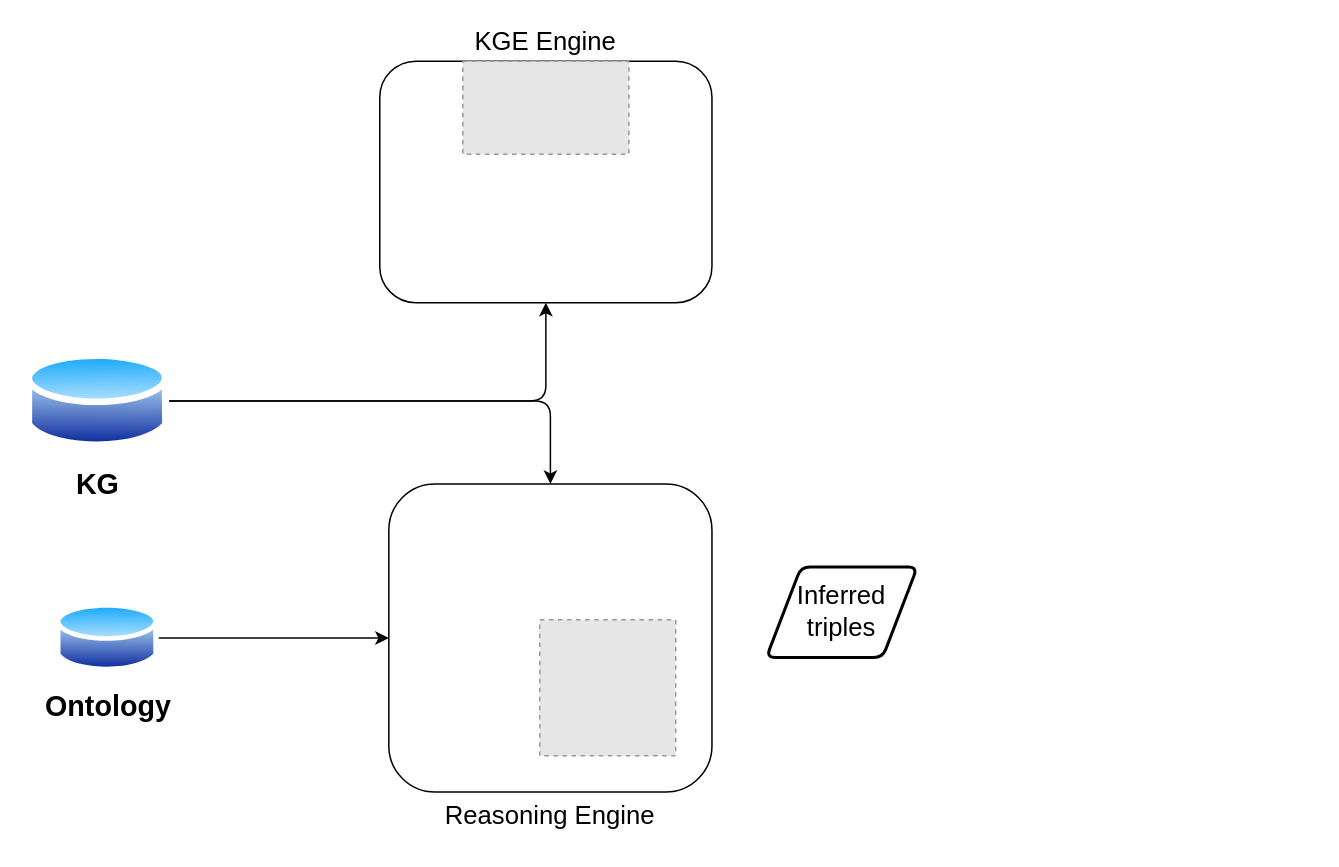
The draw.io diagram page "Page-4" (4 of 4) of Untitled Diagram.drawio in smejkka3/kge-w-rule-based-reasoning, before the edit. Source tidied: cells renumbered, new cells numbered last; positions are measured from the earlier drawing's top-left corner, leaving out a move shared by most shapes. Both pictures are drawn from the tidied source at 151%, with x=0, y=0 at pixel (26, 60). Pictures stored in the file or linked from it are replaced by grey dashed boxes.
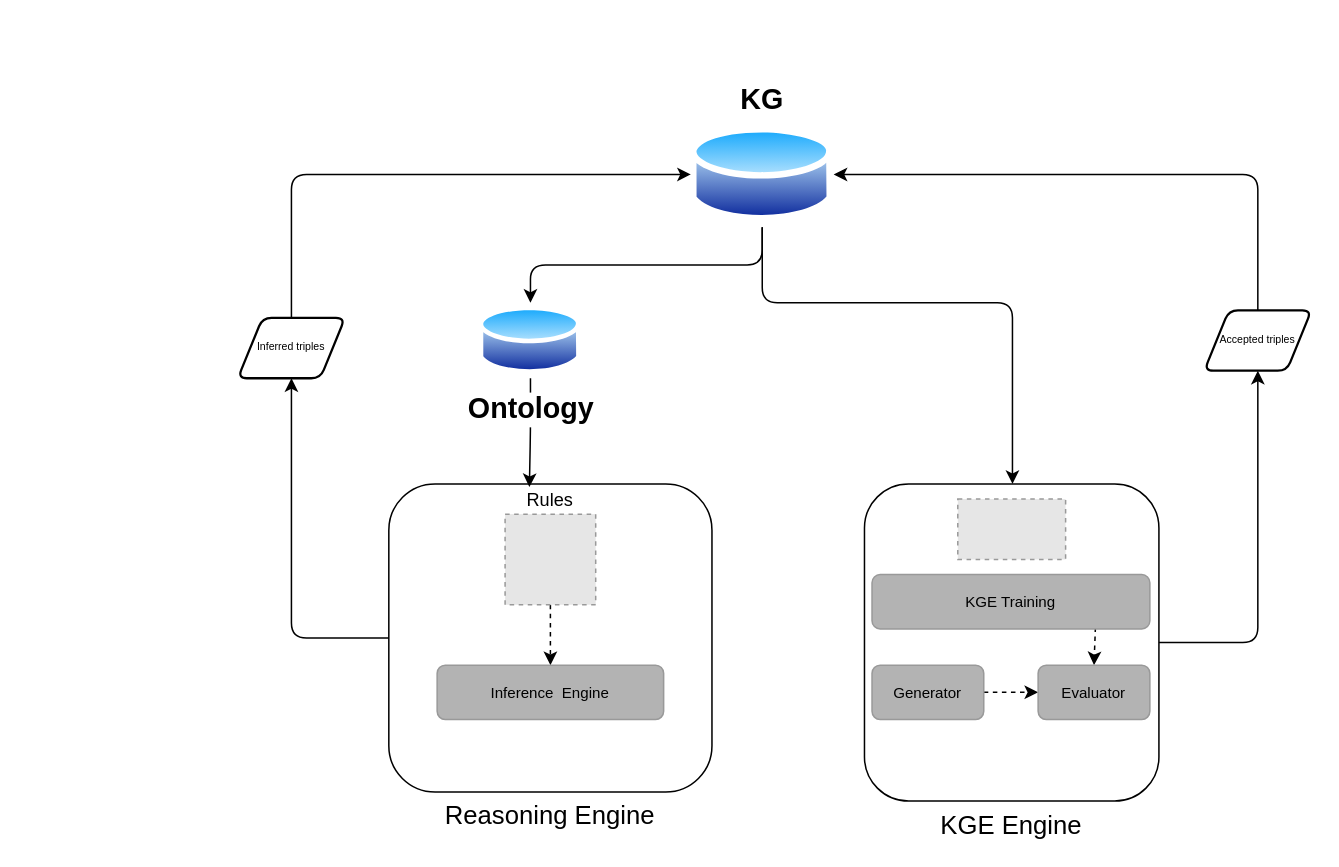
Above is the later version.

The change refers to these unchanged cells:
```xml
<mxCell id="8" value="Reasoning Engine" style="rounded=1;whiteSpace=wrap;html=1;fontSize=17;fillColor=none;labelPosition=center;verticalLabelPosition=bottom;align=center;verticalAlign=top;" parent="1" vertex="1">
  <mxGeometry x="240" y="280" width="214" height="204" as="geometry" />
</mxCell>
```

Change to the diagram source:
```diff
@@
+    <mxCell id="12" style="edgeStyle=orthogonalEdgeStyle;rounded=1;jettySize=auto;html=1;exitX=1;exitY=0.5;exitDx=0;exitDy=0;entryX=0.5;entryY=1;entryDx=0;entryDy=0;fontSize=7;" parent="1" edge="1" source="2" target="24">
+      <mxGeometry relative="1" as="geometry" />
+    </mxCell>
-    <mxCell id="2" value="KGE Engine" style="rounded=1;whiteSpace=wrap;html=1;fillColor=none;fontSize=17;labelPosition=center;verticalLabelPosition=top;align=center;verticalAlign=bottom;" parent="1" vertex="1">
-      <mxGeometry x="234" width="220" height="160" as="geometry" />
+    <mxCell id="2" value="KGE Engine" style="rounded=1;whiteSpace=wrap;html=1;fillColor=none;fontSize=17;labelPosition=center;verticalLabelPosition=bottom;align=center;verticalAlign=top;" parent="1" vertex="1">
+      <mxGeometry x="555" y="280" width="195" height="210" as="geometry" />
     </mxCell>
+    <mxCell id="13" style="edgeStyle=orthogonalEdgeStyle;rounded=1;jettySize=auto;html=1;exitX=0.5;exitY=1;exitDx=0;exitDy=0;fontSize=7;" parent="1" edge="1" source="5" target="7">
+      <mxGeometry relative="1" as="geometry" />
+    </mxCell>
-    <mxCell id="3" style="edgeStyle=orthogonalEdgeStyle;jettySize=auto;html=1;exitX=1;exitY=0.5;exitDx=0;exitDy=0;rounded=1;entryX=0.5;entryY=1;entryDx=0;entryDy=0;" parent="1" edge="1" source="5" target="2">
+    <mxCell id="3" style="edgeStyle=orthogonalEdgeStyle;rounded=1;jettySize=auto;html=1;exitX=0.5;exitY=1;exitDx=0;exitDy=0;fontSize=7;" parent="1" edge="1" source="5" target="2">
       <mxGeometry relative="1" as="geometry">
         <Array as="points">
-          <mxPoint x="344" y="225" />
+          <mxPoint x="487" y="160" />
+          <mxPoint x="653" y="160" />
         </Array>
       </mxGeometry>
     </mxCell>
-    <mxCell id="4" style="edgeStyle=orthogonalEdgeStyle;jettySize=auto;html=1;exitX=1;exitY=0.5;exitDx=0;exitDy=0;entryX=0.5;entryY=0;entryDx=0;entryDy=0;fontSize=17;rounded=1;" parent="1" edge="1" source="5" target="8">
-      <mxGeometry relative="1" as="geometry" />
-    </mxCell>
-    <mxCell id="5" value="KG" style="perimeter=ellipsePerimeter;html=1;align=center;shadow=0;dashed=0;spacingTop=3;image;image=img/lib/active_directory/database.svg;fillColor=none;fontSize=19;fontStyle=1;" parent="1" vertex="1">
-      <mxGeometry y="190" width="94.6" height="70" as="geometry" />
+    <mxCell id="5" value="KG" style="perimeter=ellipsePerimeter;html=1;align=center;shadow=0;dashed=0;spacingTop=3;image;image=img/lib/active_directory/database.svg;fillColor=none;fontSize=19;fontStyle=1;labelPosition=center;verticalLabelPosition=top;verticalAlign=bottom;" parent="1" vertex="1">
+      <mxGeometry x="440" y="40" width="94.6" height="70" as="geometry" />
     </mxCell>
-    <mxCell id="6" style="edgeStyle=orthogonalEdgeStyle;rounded=1;jettySize=auto;html=1;exitX=1;exitY=0.5;exitDx=0;exitDy=0;fontSize=17;" parent="1" edge="1" source="7" target="8">
+    <mxCell id="6" style="edgeStyle=orthogonalEdgeStyle;rounded=1;jettySize=auto;html=1;exitX=0.5;exitY=1;exitDx=0;exitDy=0;entryX=0.435;entryY=0.01;entryDx=0;entryDy=0;entryPerimeter=0;fontSize=7;" parent="1" edge="1" source="7" target="8">
       <mxGeometry relative="1" as="geometry" />
     </mxCell>
     <mxCell id="7" value="Ontology" style="perimeter=ellipsePerimeter;html=1;align=center;shadow=0;dashed=0;spacingTop=3;image;image=img/lib/active_directory/database.svg;fontSize=19;fillColor=none;fontStyle=1;" parent="1" vertex="1">
-      <mxGeometry x="20" y="357" width="67.6" height="50" as="geometry" />
+      <mxGeometry x="300" y="160" width="67.6" height="50" as="geometry" />
     </mxCell>
+    <mxCell id="14" style="edgeStyle=orthogonalEdgeStyle;rounded=1;jettySize=auto;html=1;exitX=0;exitY=0.5;exitDx=0;exitDy=0;fontSize=7;" parent="1" edge="1" source="8" target="9">
+      <mxGeometry relative="1" as="geometry" />
+    </mxCell>
@@
+    <mxCell id="15" style="edgeStyle=orthogonalEdgeStyle;rounded=1;jettySize=auto;html=1;exitX=0.5;exitY=0;exitDx=0;exitDy=0;entryX=0;entryY=0.5;entryDx=0;entryDy=0;fontSize=7;" parent="1" edge="1" source="9" target="5">
+      <mxGeometry relative="1" as="geometry" />
+    </mxCell>
-    <mxCell id="9" value="Inferred triples" style="shape=parallelogram;html=1;strokeWidth=2;perimeter=parallelogramPerimeter;whiteSpace=wrap;rounded=1;arcSize=12;size=0.23;fontSize=17;" parent="1" vertex="1">
-      <mxGeometry x="490" y="335" width="100" height="60" as="geometry" />
+    <mxCell id="9" value="Inferred triples" style="shape=parallelogram;html=1;strokeWidth=1.5;perimeter=parallelogramPerimeter;whiteSpace=wrap;rounded=1;arcSize=12;size=0.23;fontSize=7;fillColor=none;" parent="1" vertex="1">
+      <mxGeometry x="140" y="170" width="71" height="40" as="geometry" />
     </mxCell>
     <mxCell id="10" style="fillColor=#E6E6E6;strokeColor=#999999;dashed=1;verticalLabelPosition=bottom;verticalAlign=top;fontSize=10;" parent="1" vertex="1">
-      <mxGeometry x="289" width="110" height="61.6" as="geometry" />
+      <mxGeometry x="616.8" y="290" width="71.4" height="40" as="geometry" />
     </mxCell>
+    <mxCell id="16" style="edgeStyle=orthogonalEdgeStyle;rounded=1;jettySize=auto;html=1;exitX=0.5;exitY=1;exitDx=0;exitDy=0;dashed=1;fontSize=7;" parent="1" edge="1" source="11" target="17">
+      <mxGeometry relative="1" as="geometry" />
+    </mxCell>
-    <mxCell id="11" style="fillColor=#E6E6E6;strokeColor=#999999;dashed=1;verticalLabelPosition=bottom;labelBackgroundColor=default;verticalAlign=top;" parent="1" vertex="1">
-      <mxGeometry x="340" y="370" width="90" height="90" as="geometry" />
+    <mxCell id="11" value="Rules" style="fillColor=#E6E6E6;strokeColor=#999999;dashed=1;verticalLabelPosition=top;labelBackgroundColor=default;verticalAlign=bottom;labelPosition=center;align=center;" parent="1" vertex="1">
+      <mxGeometry x="317" y="300" width="60" height="60" as="geometry" />
     </mxCell>
+    <mxCell id="17" value="Inference &amp;nbsp;Engine" style="rounded=1;whiteSpace=wrap;html=1;fillStyle=solid;strokeColor=#999999;fontSize=10;fillColor=#B3B3B3;gradientColor=none;" parent="1" vertex="1">
+      <mxGeometry x="272" y="400" width="150" height="36" as="geometry" />
+    </mxCell>
+    <mxCell id="18" style="edgeStyle=orthogonalEdgeStyle;rounded=1;jettySize=auto;html=1;exitX=0.804;exitY=0.972;exitDx=0;exitDy=0;entryX=0.5;entryY=0;entryDx=0;entryDy=0;dashed=1;fontSize=7;exitPerimeter=0;" parent="1" edge="1" source="19" target="22">
+      <mxGeometry relative="1" as="geometry" />
+    </mxCell>
+    <mxCell id="19" value="KGE Training" style="rounded=1;whiteSpace=wrap;html=1;fillStyle=solid;strokeColor=#999999;fontSize=10;fillColor=#B3B3B3;gradientColor=none;" parent="1" vertex="1">
+      <mxGeometry x="560" y="340" width="184" height="36" as="geometry" />
+    </mxCell>
+    <mxCell id="20" style="edgeStyle=orthogonalEdgeStyle;rounded=1;jettySize=auto;html=1;exitX=1;exitY=0.5;exitDx=0;exitDy=0;entryX=0;entryY=0.5;entryDx=0;entryDy=0;dashed=1;fontSize=7;" parent="1" edge="1" source="21" target="22">
+      <mxGeometry relative="1" as="geometry" />
+    </mxCell>
+    <mxCell id="21" value="Generator" style="rounded=1;whiteSpace=wrap;html=1;fillStyle=solid;strokeColor=#999999;fontSize=10;fillColor=#B3B3B3;gradientColor=none;" parent="1" vertex="1">
+      <mxGeometry x="560" y="400" width="74" height="36" as="geometry" />
+    </mxCell>
+    <mxCell id="22" value="Evaluator" style="rounded=1;whiteSpace=wrap;html=1;fillStyle=solid;strokeColor=#999999;fontSize=10;fillColor=#B3B3B3;gradientColor=none;" parent="1" vertex="1">
+      <mxGeometry x="670" y="400" width="74" height="36" as="geometry" />
+    </mxCell>
+    <mxCell id="23" style="edgeStyle=orthogonalEdgeStyle;rounded=1;jettySize=auto;html=1;exitX=0.5;exitY=0;exitDx=0;exitDy=0;entryX=1;entryY=0.5;entryDx=0;entryDy=0;fontSize=7;" parent="1" edge="1" source="24" target="5">
+      <mxGeometry relative="1" as="geometry" />
+    </mxCell>
+    <mxCell id="24" value="Accepted triples" style="shape=parallelogram;html=1;strokeWidth=1.5;perimeter=parallelogramPerimeter;whiteSpace=wrap;rounded=1;arcSize=12;size=0.23;fontSize=7;fillColor=none;" parent="1" vertex="1">
+      <mxGeometry x="780" y="165" width="71" height="40" as="geometry" />
+    </mxCell>
```
